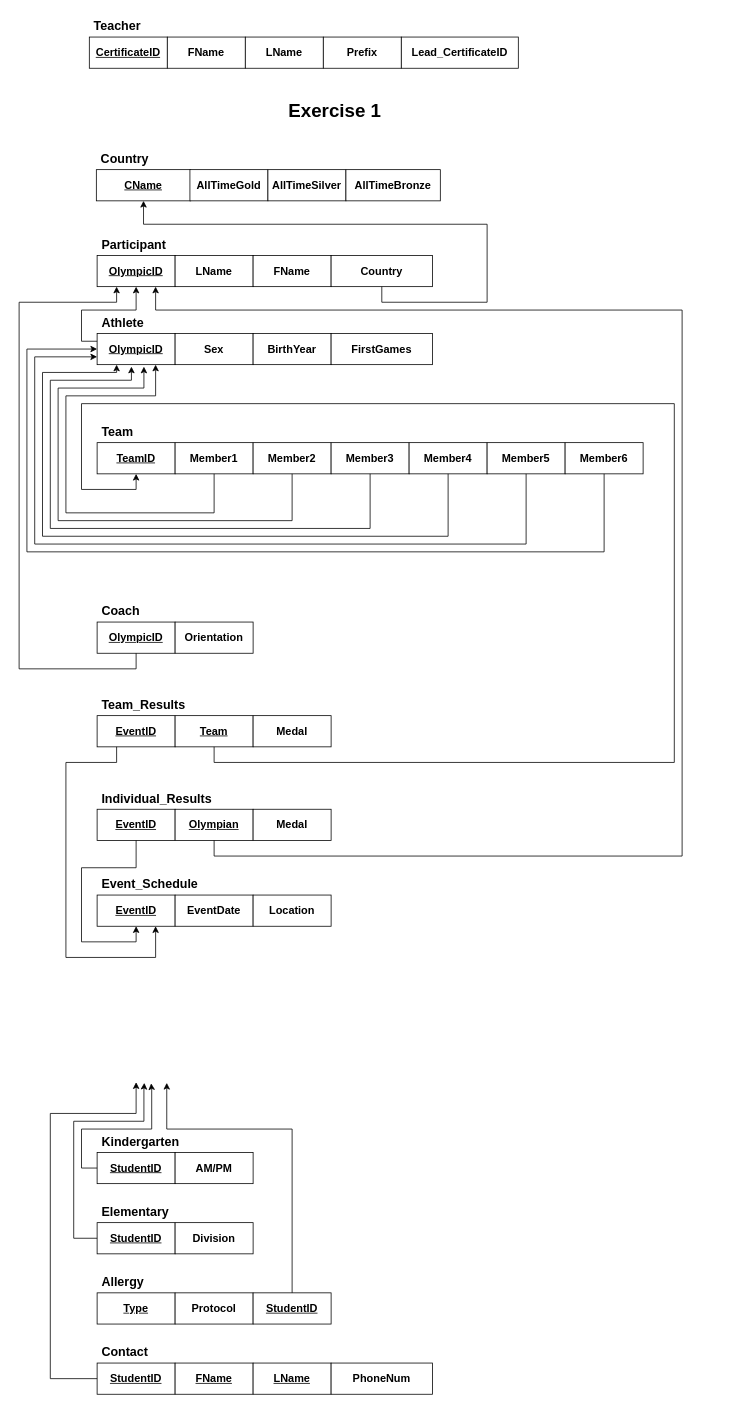
Earlier version of the draw.io diagram page "Exercise1" (1 of 6) of EERD and Relational Schema.drawio (HAZberi/ensf-608-assignment1-eerd). Source tidied: cells renumbered, new cells numbered last; positions are measured from the earlier drawing's top-left corner, leaving out a move shared by most shapes. Both pictures are drawn from the tidied source at 78%, with x=0, y=0 at pixel (19, 13).
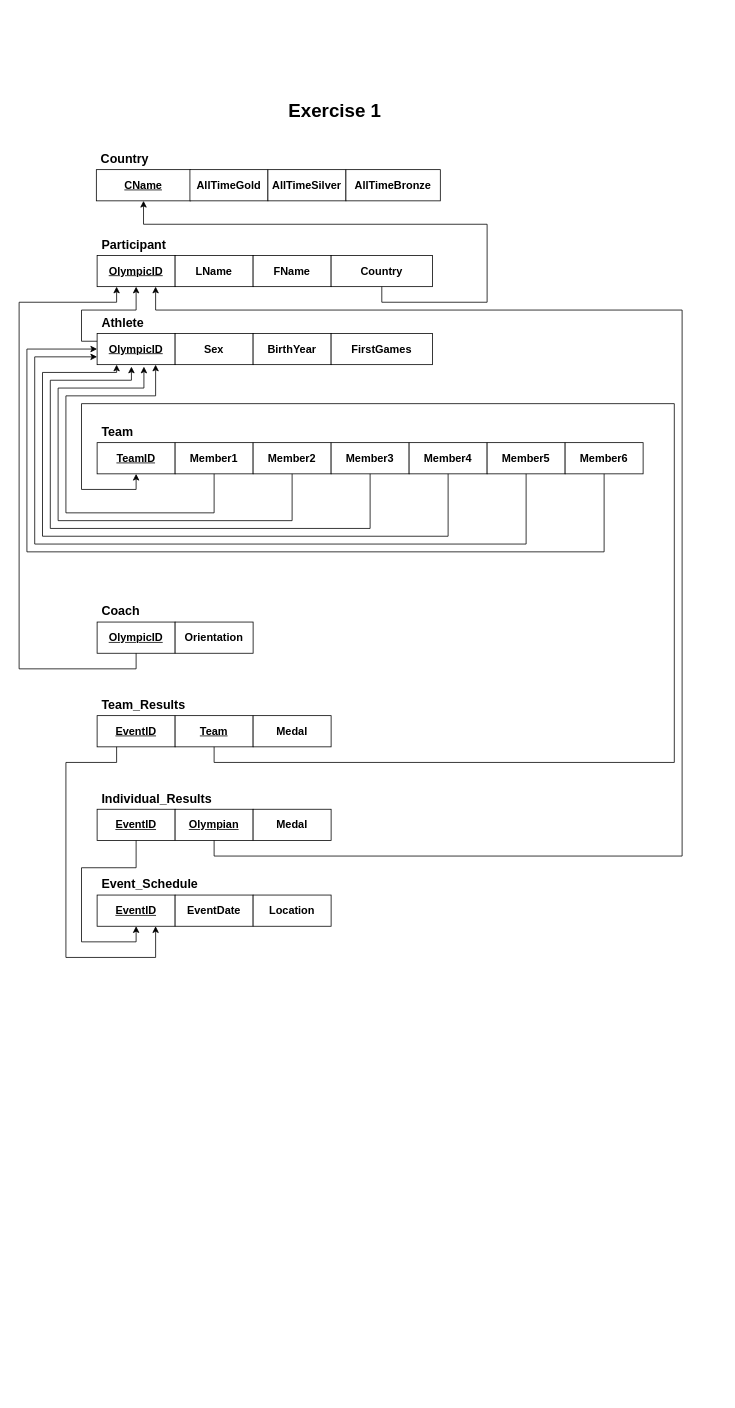
After the change.

What changed in the source:
```diff
@@
-    <mxCell id="2" style="group;" parent="1" vertex="1">
-      <mxGeometry x="100" y="1430" width="200" height="70" as="geometry" />
-    </mxCell>
-    <mxCell id="3" value="&lt;span style=&quot;font-size: 14px;&quot;&gt;&lt;b&gt;&lt;u&gt;StudentID&lt;/u&gt;&lt;/b&gt;&lt;/span&gt;" style="whiteSpace=wrap;html=1;align=center;" parent="2" vertex="1">
-      <mxGeometry y="30" width="100" height="40" as="geometry" />
-    </mxCell>
-    <mxCell id="4" value="Kindergarten" style="text;strokeColor=none;fillColor=none;spacingLeft=4;spacingRight=4;overflow=hidden;fontSize=16;fontStyle=1;" parent="2" vertex="1">
-      <mxGeometry width="140" height="30" as="geometry" />
-    </mxCell>
-    <mxCell id="5" value="&lt;b&gt;&lt;font style=&quot;font-size: 14px;&quot;&gt;AM/PM&lt;/font&gt;&lt;/b&gt;" style="whiteSpace=wrap;html=1;align=center;" parent="2" vertex="1">
-      <mxGeometry x="100" y="30" width="100" height="40" as="geometry" />
-    </mxCell>
-    <mxCell id="6" style="group;" parent="1" vertex="1">
-      <mxGeometry x="100" y="1520" width="200" height="70" as="geometry" />
-    </mxCell>
-    <mxCell id="7" value="&lt;span style=&quot;font-size: 14px;&quot;&gt;&lt;b&gt;&lt;u&gt;StudentID&lt;/u&gt;&lt;/b&gt;&lt;/span&gt;" style="whiteSpace=wrap;html=1;align=center;" parent="6" vertex="1">
-      <mxGeometry y="30" width="100" height="40" as="geometry" />
-    </mxCell>
-    <mxCell id="8" value="Elementary" style="text;strokeColor=none;fillColor=none;spacingLeft=4;spacingRight=4;overflow=hidden;fontSize=16;fontStyle=1;" parent="6" vertex="1">
-      <mxGeometry width="140" height="30" as="geometry" />
-    </mxCell>
-    <mxCell id="9" value="&lt;b&gt;&lt;font style=&quot;font-size: 14px;&quot;&gt;Division&lt;/font&gt;&lt;/b&gt;" style="whiteSpace=wrap;html=1;align=center;" parent="6" vertex="1">
-      <mxGeometry x="100" y="30" width="100" height="40" as="geometry" />
-    </mxCell>
-    <mxCell id="10" style="group;" parent="1" vertex="1">
-      <mxGeometry x="100" y="1610" width="300" height="70" as="geometry" />
-    </mxCell>
-    <mxCell id="11" value="&lt;font style=&quot;font-size: 14px;&quot;&gt;&lt;b&gt;&lt;u&gt;Type&lt;/u&gt;&lt;/b&gt;&lt;/font&gt;" style="whiteSpace=wrap;html=1;align=center;" parent="10" vertex="1">
-      <mxGeometry y="30" width="100" height="40" as="geometry" />
-    </mxCell>
-    <mxCell id="12" value="Allergy" style="text;strokeColor=none;fillColor=none;spacingLeft=4;spacingRight=4;overflow=hidden;fontSize=16;fontStyle=1;" parent="10" vertex="1">
-      <mxGeometry width="140" height="30" as="geometry" />
-    </mxCell>
-    <mxCell id="13" value="&lt;font style=&quot;font-size: 14px;&quot;&gt;&lt;b&gt;Protocol&lt;/b&gt;&lt;/font&gt;" style="whiteSpace=wrap;html=1;align=center;" parent="10" vertex="1">
-      <mxGeometry x="100" y="30" width="100" height="40" as="geometry" />
-    </mxCell>
-    <mxCell id="14" value="&lt;font style=&quot;font-size: 14px;&quot;&gt;&lt;b&gt;&lt;u&gt;StudentID&lt;/u&gt;&lt;/b&gt;&lt;/font&gt;" style="whiteSpace=wrap;html=1;align=center;" parent="10" vertex="1">
-      <mxGeometry x="200" y="30" width="100" height="40" as="geometry" />
-    </mxCell>
@@
-    <mxCell id="21" style="group;" parent="1" vertex="1">
-      <mxGeometry x="100" y="1700" width="430" height="70" as="geometry" />
-    </mxCell>
-    <mxCell id="22" value="&lt;font style=&quot;font-size: 14px;&quot;&gt;&lt;b&gt;&lt;u&gt;StudentID&lt;/u&gt;&lt;/b&gt;&lt;/font&gt;" style="whiteSpace=wrap;html=1;align=center;" parent="21" vertex="1">
-      <mxGeometry y="30" width="100" height="40" as="geometry" />
-    </mxCell>
-    <mxCell id="23" value="Contact" style="text;strokeColor=none;fillColor=none;spacingLeft=4;spacingRight=4;overflow=hidden;fontSize=16;fontStyle=1;" parent="21" vertex="1">
-      <mxGeometry width="140" height="30" as="geometry" />
-    </mxCell>
-    <mxCell id="24" value="&lt;font style=&quot;font-size: 14px;&quot;&gt;&lt;b&gt;&lt;u&gt;FName&lt;/u&gt;&lt;/b&gt;&lt;/font&gt;" style="whiteSpace=wrap;html=1;align=center;" parent="21" vertex="1">
-      <mxGeometry x="100" y="30" width="100" height="40" as="geometry" />
-    </mxCell>
-    <mxCell id="25" value="&lt;font style=&quot;font-size: 14px;&quot;&gt;&lt;b&gt;&lt;u&gt;LName&lt;/u&gt;&lt;/b&gt;&lt;/font&gt;" style="whiteSpace=wrap;html=1;align=center;" parent="21" vertex="1">
-      <mxGeometry x="200" y="30" width="100" height="40" as="geometry" />
-    </mxCell>
-    <mxCell id="26" value="&lt;span style=&quot;font-size: 14px;&quot;&gt;&lt;b&gt;PhoneNum&lt;/b&gt;&lt;/span&gt;" style="whiteSpace=wrap;html=1;align=center;" parent="21" vertex="1">
-      <mxGeometry x="300" y="30" width="130" height="40" as="geometry" />
-    </mxCell>
-    <mxCell id="27" style="edgeStyle=orthogonalEdgeStyle;rounded=0;jettySize=auto;html=1;fontSize=14;exitX=0;exitY=0.5;exitDx=0;exitDy=0;entryX=0.693;entryY=1.034;entryDx=0;entryDy=0;entryPerimeter=0;" parent="1" edge="1" source="3">
-      <mxGeometry relative="1" as="geometry">
-        <mxPoint x="169.3" y="1371.4" as="targetPoint" />
-        <Array as="points">
-          <mxPoint x="80" y="1480" />
-          <mxPoint x="80" y="1430" />
-          <mxPoint x="170" y="1430" />
-          <mxPoint x="170" y="1380" />
-          <mxPoint x="169" y="1380" />
-        </Array>
-      </mxGeometry>
-    </mxCell>
-    <mxCell id="28" style="edgeStyle=orthogonalEdgeStyle;rounded=0;jettySize=auto;html=1;fontSize=14;entryX=0.605;entryY=1.019;entryDx=0;entryDy=0;entryPerimeter=0;" parent="1" edge="1" source="7">
-      <mxGeometry relative="1" as="geometry">
-        <mxPoint x="160.5" y="1370.8" as="targetPoint" />
-        <Array as="points">
-          <mxPoint x="70" y="1570" />
-          <mxPoint x="70" y="1420" />
-          <mxPoint x="160" y="1420" />
-          <mxPoint x="160" y="1380" />
-        </Array>
-      </mxGeometry>
-    </mxCell>
-    <mxCell id="29" style="edgeStyle=orthogonalEdgeStyle;rounded=0;jettySize=auto;html=1;fontSize=14;entryX=0.893;entryY=1.019;entryDx=0;entryDy=0;entryPerimeter=0;" parent="1" edge="1" source="14">
-      <mxGeometry relative="1" as="geometry">
-        <mxPoint x="189.3" y="1370.8" as="targetPoint" />
-        <Array as="points">
-          <mxPoint x="350" y="1430" />
-          <mxPoint x="189" y="1430" />
-        </Array>
-      </mxGeometry>
-    </mxCell>
-    <mxCell id="30" style="edgeStyle=orthogonalEdgeStyle;rounded=0;jettySize=auto;html=1;fontSize=14;entryX=0.5;entryY=1;entryDx=0;entryDy=0;" parent="1" edge="1" source="22">
-      <mxGeometry relative="1" as="geometry">
-        <mxPoint x="150" y="1370" as="targetPoint" />
-        <Array as="points">
-          <mxPoint x="40" y="1750" />
-          <mxPoint x="40" y="1410" />
-          <mxPoint x="150" y="1410" />
-        </Array>
-      </mxGeometry>
-    </mxCell>
-    <mxCell id="31" style="group;" parent="1" vertex="1">
-      <mxGeometry x="90" width="550" height="70" as="geometry" />
-    </mxCell>
-    <mxCell id="32" value="&lt;font style=&quot;font-size: 14px;&quot;&gt;&lt;b&gt;&lt;u&gt;CertificateID&lt;/u&gt;&lt;/b&gt;&lt;/font&gt;" style="whiteSpace=wrap;html=1;align=center;" parent="31" vertex="1">
-      <mxGeometry y="30" width="100" height="40" as="geometry" />
-    </mxCell>
-    <mxCell id="33" value="Teacher " style="text;strokeColor=none;fillColor=none;spacingLeft=4;spacingRight=4;overflow=hidden;fontSize=16;fontStyle=1;" parent="31" vertex="1">
-      <mxGeometry width="140" height="30" as="geometry" />
-    </mxCell>
-    <mxCell id="34" value="&lt;font style=&quot;font-size: 14px;&quot;&gt;&lt;b&gt;FName&lt;/b&gt;&lt;/font&gt;" style="whiteSpace=wrap;html=1;align=center;" parent="31" vertex="1">
-      <mxGeometry x="100" y="30" width="100" height="40" as="geometry" />
-    </mxCell>
-    <mxCell id="35" value="&lt;font style=&quot;font-size: 14px;&quot;&gt;&lt;b&gt;LName&lt;/b&gt;&lt;/font&gt;" style="whiteSpace=wrap;html=1;align=center;" parent="31" vertex="1">
-      <mxGeometry x="200" y="30" width="100" height="40" as="geometry" />
-    </mxCell>
-    <mxCell id="36" value="&lt;font style=&quot;font-size: 14px;&quot;&gt;&lt;b&gt;Prefix&lt;/b&gt;&lt;/font&gt;" style="whiteSpace=wrap;html=1;align=center;" parent="31" vertex="1">
-      <mxGeometry x="300" y="30" width="100" height="40" as="geometry" />
-    </mxCell>
-    <mxCell id="37" value="&lt;font style=&quot;font-size: 14px;&quot;&gt;&lt;b&gt;Lead_CertificateID&lt;/b&gt;&lt;/font&gt;" style="whiteSpace=wrap;html=1;align=center;" parent="31" vertex="1">
-      <mxGeometry x="400" y="30" width="150" height="40" as="geometry" />
-    </mxCell>
```
